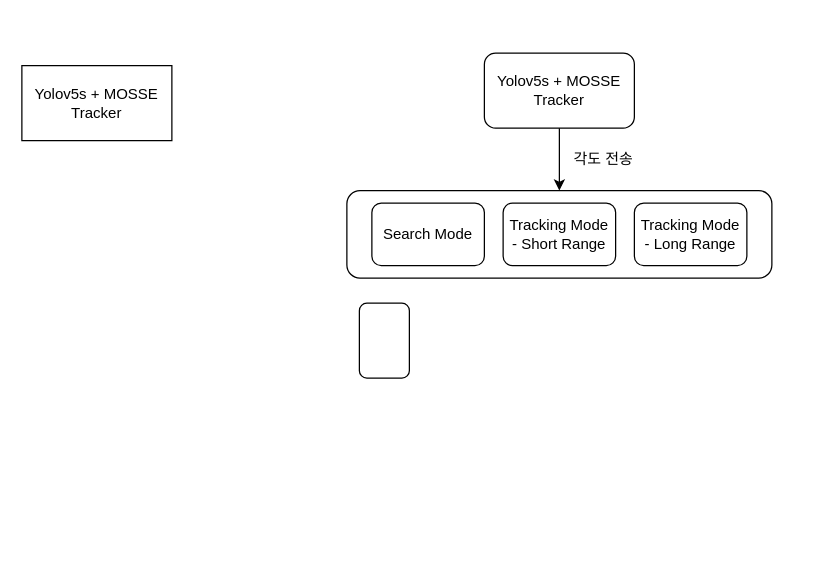
sonmyungwon/Software-Development keeps this draw.io diagram as system.drawio. Above is the earlier version. Source tidied: cells renumbered, new cells numbered last; positions are measured from the earlier drawing's top-left corner, leaving out a move shared by most shapes. Both pictures are drawn from the tidied source at 125%, with x=0, y=0 at pixel (21, 52).
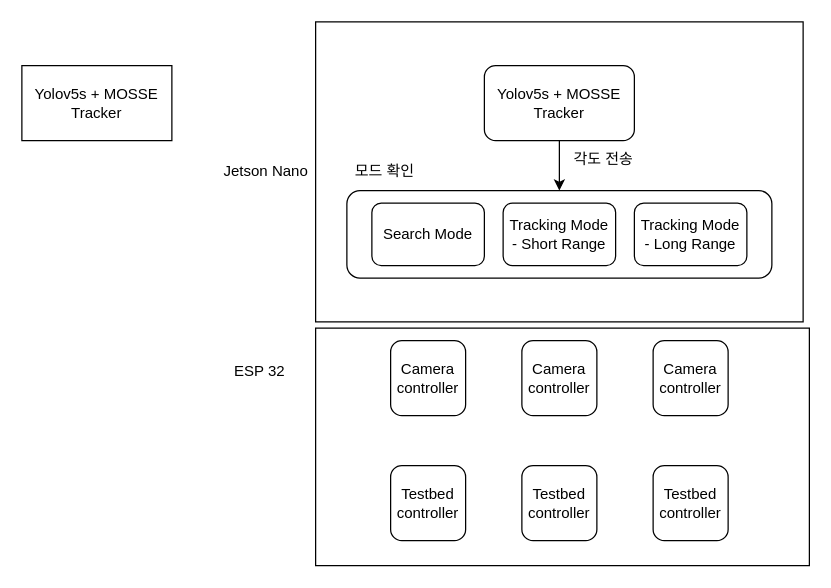
After the change.

Change to the diagram source:
```diff
@@
+    <mxCell id="11" style="rounded=0;whiteSpace=wrap;html=1;" parent="1" vertex="1">
+      <mxGeometry x="235" y="220" width="395" height="190" as="geometry" />
+    </mxCell>
+    <mxCell id="12" style="rounded=0;whiteSpace=wrap;html=1;" parent="1" vertex="1">
+      <mxGeometry x="235" y="-25" width="390" height="240" as="geometry" />
+    </mxCell>
@@
     <mxCell id="4" value="Yolov5s + MOSSE Tracker" style="rounded=1;whiteSpace=wrap;html=1;" parent="1" vertex="1">
-      <mxGeometry x="370" width="120" height="60" as="geometry" />
+      <mxGeometry x="370" y="10" width="120" height="60" as="geometry" />
     </mxCell>
@@
-    <mxCell id="10" style="rounded=1;whiteSpace=wrap;html=1;" parent="1" vertex="1">
-      <mxGeometry x="270" y="200" width="40" height="60" as="geometry" />
+    <mxCell id="10" value="Testbed controller" style="rounded=1;whiteSpace=wrap;html=1;" parent="1" vertex="1">
+      <mxGeometry x="295" y="330" width="60" height="60" as="geometry" />
     </mxCell>
+    <mxCell id="13" value="Camera&lt;br&gt;controller" style="rounded=1;whiteSpace=wrap;html=1;" parent="1" vertex="1">
+      <mxGeometry x="295" y="230" width="60" height="60" as="geometry" />
+    </mxCell>
+    <mxCell id="14" value="모드 확인" style="text;html=1;align=center;verticalAlign=middle;strokeColor=none;fillColor=none;" parent="1" vertex="1">
+      <mxGeometry x="255" y="80" width="70" height="30" as="geometry" />
+    </mxCell>
+    <mxCell id="15" value="Jetson Nano" style="text;html=1;align=center;verticalAlign=middle;strokeColor=none;fillColor=none;" parent="1" vertex="1">
+      <mxGeometry x="150" y="80" width="90" height="30" as="geometry" />
+    </mxCell>
+    <mxCell id="16" value="ESP 32" style="text;html=1;align=center;verticalAlign=middle;strokeColor=none;fillColor=none;" parent="1" vertex="1">
+      <mxGeometry x="160" y="240" width="60" height="30" as="geometry" />
+    </mxCell>
+    <mxCell id="17" value="Testbed controller" style="rounded=1;whiteSpace=wrap;html=1;" parent="1" vertex="1">
+      <mxGeometry x="400" y="330" width="60" height="60" as="geometry" />
+    </mxCell>
+    <mxCell id="18" value="Camera&lt;br&gt;controller" style="rounded=1;whiteSpace=wrap;html=1;" parent="1" vertex="1">
+      <mxGeometry x="400" y="230" width="60" height="60" as="geometry" />
+    </mxCell>
+    <mxCell id="19" value="Testbed controller" style="rounded=1;whiteSpace=wrap;html=1;" parent="1" vertex="1">
+      <mxGeometry x="505" y="330" width="60" height="60" as="geometry" />
+    </mxCell>
+    <mxCell id="20" value="Camera&lt;br&gt;controller" style="rounded=1;whiteSpace=wrap;html=1;" parent="1" vertex="1">
+      <mxGeometry x="505" y="230" width="60" height="60" as="geometry" />
+    </mxCell>
```
